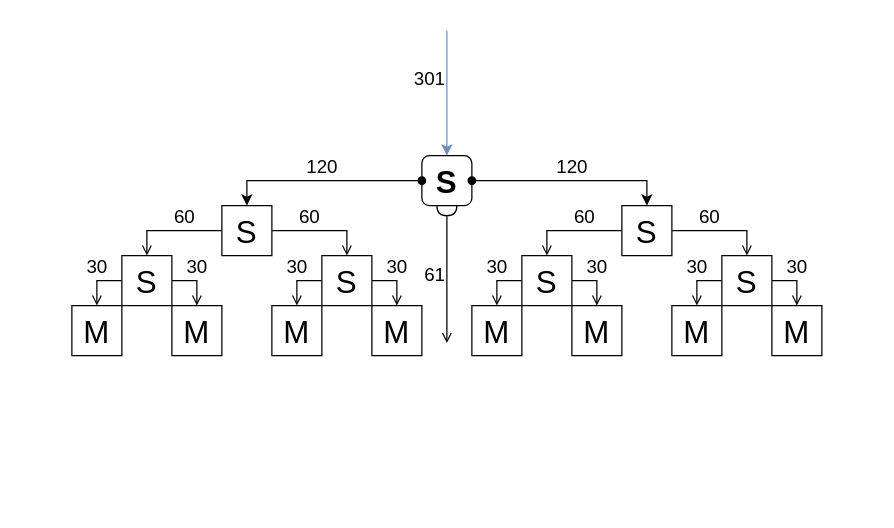
Before: 5->43.drawio.xml in AstroFloof/balancer-fun, a draw.io diagram. Source tidied: cells renumbered, new cells numbered last; positions are measured from the earlier drawing's top-left corner, leaving out a move shared by most shapes. Both pictures are drawn from the tidied source at 125%, with x=0, y=0 at pixel (71, 30).
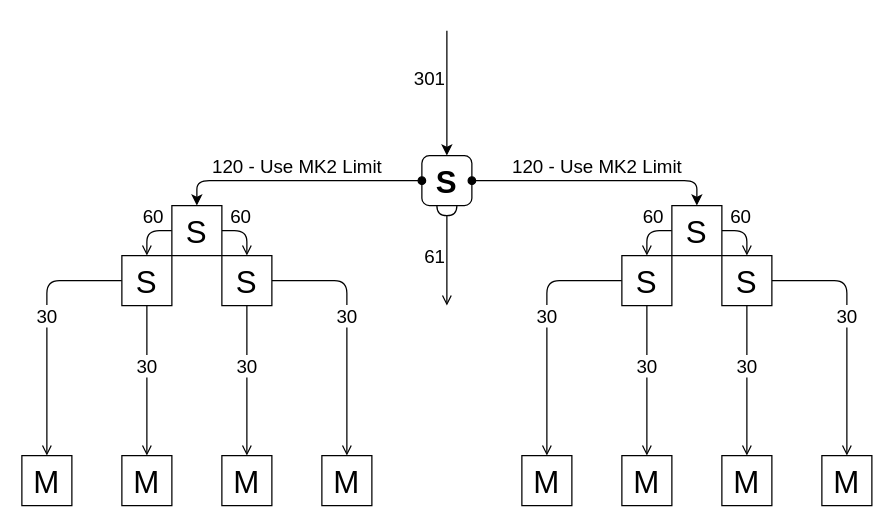
The same diagram, later.

The edit, as a diff of the source:
```diff
@@
-    <mxCell id="2" value="301" style="edgeStyle=orthogonalEdgeStyle;rounded=0;jettySize=auto;html=1;fontSize=15;entryX=0.5;entryY=0;entryDx=0;entryDy=0;fillColor=#dae8fc;strokeColor=#6c8ebf;align=right;verticalAlign=bottom;horizontal=1;" parent="1" edge="1" target="3">
+    <mxCell id="2" value="301" style="edgeStyle=orthogonalEdgeStyle;rounded=0;jettySize=auto;html=1;fontSize=15;entryX=0.5;entryY=0;entryDx=0;entryDy=0;align=right;verticalAlign=bottom;horizontal=1;comic=0;" parent="1" edge="1" target="3">
       <mxGeometry relative="1" as="geometry">
         <mxPoint x="300" as="sourcePoint" />
         <Array as="points">
           <mxPoint x="300" y="55" />
         </Array>
       </mxGeometry>
     </mxCell>
-    <mxCell id="3" value="&lt;font style=&quot;font-size: 25px&quot;&gt;S&lt;/font&gt;" style="whiteSpace=wrap;html=1;glass=0;shadow=0;rounded=1;fontStyle=1;" parent="1" vertex="1">
+    <mxCell id="3" value="&lt;font style=&quot;font-size: 25px&quot;&gt;S&lt;/font&gt;" style="whiteSpace=wrap;html=1;glass=0;shadow=0;rounded=1;fontStyle=1;comic=0;" parent="1" vertex="1">
       <mxGeometry x="280" y="100" width="40" height="40" as="geometry" />
     </mxCell>
-    <mxCell id="4" value="120" style="edgeStyle=orthogonalEdgeStyle;rounded=0;jettySize=auto;html=1;entryX=0.5;entryY=0;entryDx=0;entryDy=0;fontSize=15;align=center;verticalAlign=bottom;startArrow=oval;startFill=1;" parent="1" edge="1" source="3" target="23">
+    <mxCell id="4" value="120 - Use MK2 Limit" style="edgeStyle=orthogonalEdgeStyle;rounded=1;jettySize=auto;html=1;entryX=0.5;entryY=0;entryDx=0;entryDy=0;fontSize=15;align=center;verticalAlign=bottom;startArrow=oval;startFill=1;comic=0;" parent="1" edge="1" source="3" target="23">
       <mxGeometry relative="1" as="geometry" />
     </mxCell>
-    <mxCell id="5" value="&lt;font style=&quot;font-size: 25px&quot;&gt;M&lt;br&gt;&lt;/font&gt;" style="whiteSpace=wrap;html=1;" parent="1" vertex="1">
-      <mxGeometry x="560" y="220" width="40" height="40" as="geometry" />
+    <mxCell id="5" value="&lt;font style=&quot;font-size: 25px&quot;&gt;M&lt;br&gt;&lt;/font&gt;" style="whiteSpace=wrap;html=1;comic=0;" parent="1" vertex="1">
+      <mxGeometry x="600" y="340" width="40" height="40" as="geometry" />
     </mxCell>
-    <mxCell id="6" value="60" style="edgeStyle=orthogonalEdgeStyle;rounded=0;sketch=0;jettySize=auto;html=1;shadow=0;fontSize=15;startArrow=none;startFill=0;endArrow=open;endFill=0;strokeColor=default;align=center;verticalAlign=bottom;exitX=0;exitY=0.5;exitDx=0;exitDy=0;entryX=0.5;entryY=0;entryDx=0;entryDy=0;" parent="1" edge="1" source="8" target="13">
+    <mxCell id="6" value="60" style="edgeStyle=orthogonalEdgeStyle;rounded=1;sketch=0;jettySize=auto;html=1;shadow=0;fontSize=15;startArrow=none;startFill=0;endArrow=open;endFill=0;strokeColor=default;align=center;verticalAlign=bottom;exitX=0;exitY=0.5;exitDx=0;exitDy=0;entryX=0.5;entryY=0;entryDx=0;entryDy=0;comic=0;" parent="1" edge="1" source="8" target="13">
       <mxGeometry x="-0.25" relative="1" as="geometry" />
     </mxCell>
-    <mxCell id="7" value="60" style="edgeStyle=orthogonalEdgeStyle;rounded=0;sketch=0;jettySize=auto;html=1;shadow=0;fontSize=15;startArrow=none;startFill=0;endArrow=open;endFill=0;strokeColor=default;align=center;verticalAlign=bottom;entryX=0.5;entryY=0;entryDx=0;entryDy=0;exitX=1;exitY=0.5;exitDx=0;exitDy=0;" parent="1" edge="1" source="8" target="17">
+    <mxCell id="7" value="60" style="edgeStyle=orthogonalEdgeStyle;rounded=1;sketch=0;jettySize=auto;html=1;shadow=0;fontSize=15;startArrow=none;startFill=0;endArrow=open;endFill=0;strokeColor=default;align=center;verticalAlign=bottom;entryX=0.5;entryY=0;entryDx=0;entryDy=0;exitX=1;exitY=0.5;exitDx=0;exitDy=0;comic=0;" parent="1" edge="1" source="8" target="17">
       <mxGeometry x="-0.25" relative="1" as="geometry">
         <Array as="points">
           <mxPoint x="540" y="160" />
         </Array>
       </mxGeometry>
     </mxCell>
-    <mxCell id="8" value="&lt;font style=&quot;font-size: 25px&quot;&gt;S&lt;/font&gt;" style="whiteSpace=wrap;html=1;" parent="1" vertex="1">
-      <mxGeometry x="440" y="140" width="40" height="40" as="geometry" />
+    <mxCell id="8" value="&lt;font style=&quot;font-size: 25px&quot;&gt;S&lt;/font&gt;" style="whiteSpace=wrap;html=1;comic=0;" parent="1" vertex="1">
+      <mxGeometry x="480" y="140" width="40" height="40" as="geometry" />
     </mxCell>
-    <mxCell id="9" value="61" style="edgeStyle=orthogonalEdgeStyle;rounded=0;sketch=0;jettySize=auto;html=1;shadow=0;fontSize=15;startArrow=halfCircle;startFill=0;endArrow=open;endFill=0;strokeColor=default;align=right;verticalAlign=middle;" parent="1" edge="1" source="3">
+    <mxCell id="9" value="61" style="edgeStyle=orthogonalEdgeStyle;rounded=0;sketch=0;jettySize=auto;html=1;shadow=0;fontSize=15;startArrow=halfCircle;startFill=0;endArrow=open;endFill=0;strokeColor=default;align=right;verticalAlign=middle;comic=0;" parent="1" edge="1" source="3">
       <mxGeometry relative="1" as="geometry">
-        <mxPoint x="300" y="250" as="targetPoint" />
+        <mxPoint x="300" y="220" as="targetPoint" />
       </mxGeometry>
     </mxCell>
-    <mxCell id="10" value="120" style="edgeStyle=orthogonalEdgeStyle;rounded=0;jettySize=auto;html=1;fontSize=15;align=center;verticalAlign=bottom;entryX=0.5;entryY=0;entryDx=0;entryDy=0;startArrow=oval;startFill=1;strokeColor=default;shadow=0;sketch=0;" parent="1" edge="1" source="3" target="8">
+    <mxCell id="10" value="120 - Use MK2 Limit" style="jettySize=auto;html=1;fontSize=15;align=center;verticalAlign=bottom;entryX=0.5;entryY=0;entryDx=0;entryDy=0;startArrow=oval;startFill=1;strokeColor=default;shadow=0;sketch=0;edgeStyle=orthogonalEdgeStyle;rounded=1;comic=0;" parent="1" edge="1" source="3" target="8">
       <mxGeometry relative="1" as="geometry" />
     </mxCell>
-    <mxCell id="11" value="30" style="edgeStyle=orthogonalEdgeStyle;rounded=0;sketch=0;jettySize=auto;html=1;shadow=0;fontSize=15;startArrow=none;startFill=0;endArrow=open;endFill=0;strokeColor=default;align=center;verticalAlign=bottom;entryX=0.5;entryY=0;entryDx=0;entryDy=0;" parent="1" edge="1" target="18">
+    <mxCell id="11" value="30" style="edgeStyle=orthogonalEdgeStyle;rounded=0;sketch=0;jettySize=auto;html=1;shadow=0;fontSize=15;startArrow=none;startFill=0;endArrow=open;endFill=0;strokeColor=default;align=center;verticalAlign=bottom;entryX=0.5;entryY=0;entryDx=0;entryDy=0;exitX=0.5;exitY=1;exitDx=0;exitDy=0;comic=0;" parent="1" edge="1" source="13" target="18">
       <mxGeometry relative="1" as="geometry">
-        <mxPoint x="400" y="200" as="sourcePoint" />
         <Array as="points">
-          <mxPoint x="420" y="200" />
+          <mxPoint x="460" y="230" />
+          <mxPoint x="460" y="230" />
         </Array>
       </mxGeometry>
     </mxCell>
-    <mxCell id="12" value="30" style="edgeStyle=orthogonalEdgeStyle;rounded=0;sketch=0;jettySize=auto;html=1;entryX=0.5;entryY=0;entryDx=0;entryDy=0;shadow=0;fontSize=15;startArrow=none;startFill=0;endArrow=open;endFill=0;strokeColor=default;align=center;verticalAlign=bottom;" parent="1" edge="1" source="13" target="19">
+    <mxCell id="12" value="30" style="edgeStyle=orthogonalEdgeStyle;rounded=1;sketch=0;jettySize=auto;html=1;entryX=0.5;entryY=0;entryDx=0;entryDy=0;shadow=0;fontSize=15;startArrow=none;startFill=0;endArrow=open;endFill=0;strokeColor=default;align=center;verticalAlign=bottom;comic=0;" parent="1" edge="1" source="13" target="19">
       <mxGeometry relative="1" as="geometry">
         <Array as="points">
-          <mxPoint x="340" y="200" />
+          <mxPoint x="380" y="200" />
         </Array>
       </mxGeometry>
     </mxCell>
-    <mxCell id="13" value="&lt;font style=&quot;font-size: 25px&quot;&gt;S&lt;/font&gt;" style="whiteSpace=wrap;html=1;" parent="1" vertex="1">
-      <mxGeometry x="360" y="180" width="40" height="40" as="geometry" />
+    <mxCell id="13" value="&lt;font style=&quot;font-size: 25px&quot;&gt;S&lt;/font&gt;" style="whiteSpace=wrap;html=1;comic=0;" parent="1" vertex="1">
+      <mxGeometry x="440" y="180" width="40" height="40" as="geometry" />
     </mxCell>
-    <mxCell id="14" value="&lt;font style=&quot;font-size: 25px&quot;&gt;M&lt;br&gt;&lt;/font&gt;" style="whiteSpace=wrap;html=1;" parent="1" vertex="1">
-      <mxGeometry x="480" y="220" width="40" height="40" as="geometry" />
+    <mxCell id="14" value="&lt;font style=&quot;font-size: 25px&quot;&gt;M&lt;br&gt;&lt;/font&gt;" style="whiteSpace=wrap;html=1;comic=0;" parent="1" vertex="1">
+      <mxGeometry x="520" y="340" width="40" height="40" as="geometry" />
     </mxCell>
-    <mxCell id="15" value="30" style="edgeStyle=orthogonalEdgeStyle;rounded=0;sketch=0;jettySize=auto;html=1;entryX=0.5;entryY=0;entryDx=0;entryDy=0;shadow=0;fontSize=15;startArrow=none;startFill=0;endArrow=open;endFill=0;strokeColor=default;align=center;verticalAlign=bottom;exitX=1;exitY=0.5;exitDx=0;exitDy=0;" parent="1" edge="1" source="17" target="5">
+    <mxCell id="15" value="30" style="edgeStyle=orthogonalEdgeStyle;rounded=1;sketch=0;jettySize=auto;html=1;entryX=0.5;entryY=0;entryDx=0;entryDy=0;shadow=0;fontSize=15;startArrow=none;startFill=0;endArrow=open;endFill=0;strokeColor=default;align=center;verticalAlign=bottom;exitX=1;exitY=0.5;exitDx=0;exitDy=0;comic=0;" parent="1" edge="1" source="17" target="5">
       <mxGeometry relative="1" as="geometry">
         <Array as="points">
-          <mxPoint x="580" y="200" />
+          <mxPoint x="620" y="200" />
         </Array>
       </mxGeometry>
     </mxCell>
-    <mxCell id="16" value="30" style="edgeStyle=orthogonalEdgeStyle;rounded=0;sketch=0;jettySize=auto;html=1;entryX=0.5;entryY=0;entryDx=0;entryDy=0;shadow=0;fontSize=15;startArrow=none;startFill=0;endArrow=open;endFill=0;strokeColor=default;align=center;verticalAlign=bottom;exitX=0;exitY=0.5;exitDx=0;exitDy=0;" parent="1" edge="1" source="17" target="14">
+    <mxCell id="16" value="30" style="edgeStyle=orthogonalEdgeStyle;rounded=0;sketch=0;jettySize=auto;html=1;entryX=0.5;entryY=0;entryDx=0;entryDy=0;shadow=0;fontSize=15;startArrow=none;startFill=0;endArrow=open;endFill=0;strokeColor=default;align=center;verticalAlign=bottom;exitX=0.5;exitY=1;exitDx=0;exitDy=0;comic=0;" parent="1" edge="1" source="17" target="14">
       <mxGeometry relative="1" as="geometry" />
     </mxCell>
-    <mxCell id="17" value="&lt;font style=&quot;font-size: 25px&quot;&gt;S&lt;/font&gt;" style="whiteSpace=wrap;html=1;" parent="1" vertex="1">
+    <mxCell id="17" value="&lt;font style=&quot;font-size: 25px&quot;&gt;S&lt;/font&gt;" style="whiteSpace=wrap;html=1;comic=0;" parent="1" vertex="1">
       <mxGeometry x="520" y="180" width="40" height="40" as="geometry" />
     </mxCell>
-    <mxCell id="18" value="&lt;font style=&quot;font-size: 25px&quot;&gt;M&lt;br&gt;&lt;/font&gt;" style="whiteSpace=wrap;html=1;" parent="1" vertex="1">
-      <mxGeometry x="400" y="220" width="40" height="40" as="geometry" />
+    <mxCell id="18" value="&lt;font style=&quot;font-size: 25px&quot;&gt;M&lt;br&gt;&lt;/font&gt;" style="whiteSpace=wrap;html=1;comic=0;" parent="1" vertex="1">
+      <mxGeometry x="440" y="340" width="40" height="40" as="geometry" />
     </mxCell>
-    <mxCell id="19" value="&lt;font style=&quot;font-size: 25px&quot;&gt;M&lt;br&gt;&lt;/font&gt;" style="whiteSpace=wrap;html=1;" parent="1" vertex="1">
-      <mxGeometry x="320" y="220" width="40" height="40" as="geometry" />
+    <mxCell id="19" value="&lt;font style=&quot;font-size: 25px&quot;&gt;M&lt;br&gt;&lt;/font&gt;" style="whiteSpace=wrap;html=1;comic=0;" parent="1" vertex="1">
+      <mxGeometry x="360" y="340" width="40" height="40" as="geometry" />
     </mxCell>
-    <mxCell id="20" value="&lt;font style=&quot;font-size: 25px&quot;&gt;M&lt;br&gt;&lt;/font&gt;" style="whiteSpace=wrap;html=1;" parent="1" vertex="1">
-      <mxGeometry x="240" y="220" width="40" height="40" as="geometry" />
+    <mxCell id="20" value="&lt;font style=&quot;font-size: 25px&quot;&gt;M&lt;br&gt;&lt;/font&gt;" style="whiteSpace=wrap;html=1;comic=0;" parent="1" vertex="1">
+      <mxGeometry x="200" y="340" width="40" height="40" as="geometry" />
     </mxCell>
-    <mxCell id="21" value="60" style="edgeStyle=orthogonalEdgeStyle;rounded=0;sketch=0;jettySize=auto;html=1;shadow=0;fontSize=15;startArrow=none;startFill=0;endArrow=open;endFill=0;strokeColor=default;align=center;verticalAlign=bottom;exitX=0;exitY=0.5;exitDx=0;exitDy=0;entryX=0.5;entryY=0;entryDx=0;entryDy=0;" parent="1" edge="1" source="23" target="26">
+    <mxCell id="21" value="60" style="edgeStyle=orthogonalEdgeStyle;rounded=1;sketch=0;jettySize=auto;html=1;shadow=0;fontSize=15;startArrow=none;startFill=0;endArrow=open;endFill=0;strokeColor=default;align=center;verticalAlign=bottom;exitX=0;exitY=0.5;exitDx=0;exitDy=0;entryX=0.5;entryY=0;entryDx=0;entryDy=0;comic=0;" parent="1" edge="1" source="23" target="26">
       <mxGeometry x="-0.25" relative="1" as="geometry" />
     </mxCell>
-    <mxCell id="22" value="60" style="edgeStyle=orthogonalEdgeStyle;rounded=0;sketch=0;jettySize=auto;html=1;shadow=0;fontSize=15;startArrow=none;startFill=0;endArrow=open;endFill=0;strokeColor=default;align=center;verticalAlign=bottom;entryX=0.5;entryY=0;entryDx=0;entryDy=0;exitX=1;exitY=0.5;exitDx=0;exitDy=0;" parent="1" edge="1" source="23" target="30">
+    <mxCell id="22" value="60" style="edgeStyle=orthogonalEdgeStyle;rounded=1;sketch=0;jettySize=auto;html=1;shadow=0;fontSize=15;startArrow=none;startFill=0;endArrow=open;endFill=0;strokeColor=default;align=center;verticalAlign=bottom;entryX=0.5;entryY=0;entryDx=0;entryDy=0;exitX=1;exitY=0.5;exitDx=0;exitDy=0;comic=0;" parent="1" edge="1" source="23" target="30">
       <mxGeometry x="-0.25" relative="1" as="geometry">
         <Array as="points">
-          <mxPoint x="220" y="160" />
+          <mxPoint x="140" y="160" />
         </Array>
       </mxGeometry>
     </mxCell>
-    <mxCell id="23" value="&lt;font style=&quot;font-size: 25px&quot;&gt;S&lt;/font&gt;" style="whiteSpace=wrap;html=1;" parent="1" vertex="1">
-      <mxGeometry x="120" y="140" width="40" height="40" as="geometry" />
+    <mxCell id="23" value="&lt;font style=&quot;font-size: 25px&quot;&gt;S&lt;/font&gt;" style="whiteSpace=wrap;html=1;comic=0;" parent="1" vertex="1">
+      <mxGeometry x="80" y="140" width="40" height="40" as="geometry" />
     </mxCell>
-    <mxCell id="24" value="30" style="edgeStyle=orthogonalEdgeStyle;rounded=0;sketch=0;jettySize=auto;html=1;shadow=0;fontSize=15;startArrow=none;startFill=0;endArrow=open;endFill=0;strokeColor=default;align=center;verticalAlign=bottom;entryX=0.5;entryY=0;entryDx=0;entryDy=0;" parent="1" edge="1" target="31">
+    <mxCell id="24" value="30" style="edgeStyle=orthogonalEdgeStyle;rounded=1;sketch=0;jettySize=auto;html=1;shadow=0;fontSize=15;startArrow=none;startFill=0;endArrow=open;endFill=0;strokeColor=default;align=center;verticalAlign=bottom;entryX=0.5;entryY=0;entryDx=0;entryDy=0;exitX=0.5;exitY=1;exitDx=0;exitDy=0;comic=0;" parent="1" edge="1" source="26" target="31">
       <mxGeometry relative="1" as="geometry">
-        <mxPoint x="80" y="200" as="sourcePoint" />
         <Array as="points">
-          <mxPoint x="100" y="200" />
+          <mxPoint x="60" y="250" />
+          <mxPoint x="60" y="250" />
         </Array>
       </mxGeometry>
     </mxCell>
-    <mxCell id="25" value="30" style="edgeStyle=orthogonalEdgeStyle;rounded=0;sketch=0;jettySize=auto;html=1;entryX=0.5;entryY=0;entryDx=0;entryDy=0;shadow=0;fontSize=15;startArrow=none;startFill=0;endArrow=open;endFill=0;strokeColor=default;align=center;verticalAlign=bottom;" parent="1" edge="1" source="26" target="32">
+    <mxCell id="25" value="30" style="edgeStyle=orthogonalEdgeStyle;rounded=1;sketch=0;jettySize=auto;html=1;entryX=0.5;entryY=0;entryDx=0;entryDy=0;shadow=0;fontSize=15;startArrow=none;startFill=0;endArrow=open;endFill=0;strokeColor=default;align=center;verticalAlign=bottom;comic=0;" parent="1" edge="1" source="26" target="32">
       <mxGeometry relative="1" as="geometry">
         <Array as="points">
-          <mxPoint x="20" y="200" />
+          <mxPoint x="-20" y="200" />
         </Array>
       </mxGeometry>
     </mxCell>
-    <mxCell id="26" value="&lt;font style=&quot;font-size: 25px&quot;&gt;S&lt;/font&gt;" style="whiteSpace=wrap;html=1;" parent="1" vertex="1">
+    <mxCell id="26" value="&lt;font style=&quot;font-size: 25px&quot;&gt;S&lt;/font&gt;" style="whiteSpace=wrap;html=1;comic=0;" parent="1" vertex="1">
       <mxGeometry x="40" y="180" width="40" height="40" as="geometry" />
     </mxCell>
-    <mxCell id="27" value="&lt;font style=&quot;font-size: 25px&quot;&gt;M&lt;br&gt;&lt;/font&gt;" style="whiteSpace=wrap;html=1;" parent="1" vertex="1">
-      <mxGeometry x="160" y="220" width="40" height="40" as="geometry" />
+    <mxCell id="27" value="&lt;font style=&quot;font-size: 25px&quot;&gt;M&lt;br&gt;&lt;/font&gt;" style="whiteSpace=wrap;html=1;comic=0;" parent="1" vertex="1">
+      <mxGeometry x="120" y="340" width="40" height="40" as="geometry" />
     </mxCell>
-    <mxCell id="28" value="30" style="edgeStyle=orthogonalEdgeStyle;rounded=0;sketch=0;jettySize=auto;html=1;entryX=0.5;entryY=0;entryDx=0;entryDy=0;shadow=0;fontSize=15;startArrow=none;startFill=0;endArrow=open;endFill=0;strokeColor=default;align=center;verticalAlign=bottom;exitX=1;exitY=0.5;exitDx=0;exitDy=0;" parent="1" edge="1" source="30" target="20">
+    <mxCell id="28" value="30" style="edgeStyle=orthogonalEdgeStyle;rounded=1;sketch=0;jettySize=auto;html=1;entryX=0.5;entryY=0;entryDx=0;entryDy=0;shadow=0;fontSize=15;startArrow=none;startFill=0;endArrow=open;endFill=0;strokeColor=default;align=center;verticalAlign=bottom;exitX=1;exitY=0.5;exitDx=0;exitDy=0;comic=0;" parent="1" edge="1" source="30" target="20">
       <mxGeometry relative="1" as="geometry">
         <Array as="points">
-          <mxPoint x="260" y="200" />
+          <mxPoint x="220" y="200" />
         </Array>
       </mxGeometry>
     </mxCell>
-    <mxCell id="29" value="30" style="edgeStyle=orthogonalEdgeStyle;rounded=0;sketch=0;jettySize=auto;html=1;entryX=0.5;entryY=0;entryDx=0;entryDy=0;shadow=0;fontSize=15;startArrow=none;startFill=0;endArrow=open;endFill=0;strokeColor=default;align=center;verticalAlign=bottom;exitX=0;exitY=0.5;exitDx=0;exitDy=0;" parent="1" edge="1" source="30" target="27">
+    <mxCell id="29" value="30" style="edgeStyle=orthogonalEdgeStyle;rounded=1;sketch=0;jettySize=auto;html=1;entryX=0.5;entryY=0;entryDx=0;entryDy=0;shadow=0;fontSize=15;startArrow=none;startFill=0;endArrow=open;endFill=0;strokeColor=default;align=center;verticalAlign=bottom;exitX=0.5;exitY=1;exitDx=0;exitDy=0;comic=0;" parent="1" edge="1" source="30" target="27">
       <mxGeometry relative="1" as="geometry" />
     </mxCell>
-    <mxCell id="30" value="&lt;font style=&quot;font-size: 25px&quot;&gt;S&lt;/font&gt;" style="whiteSpace=wrap;html=1;" parent="1" vertex="1">
-      <mxGeometry x="200" y="180" width="40" height="40" as="geometry" />
+    <mxCell id="30" value="&lt;font style=&quot;font-size: 25px&quot;&gt;S&lt;/font&gt;" style="whiteSpace=wrap;html=1;comic=0;" parent="1" vertex="1">
+      <mxGeometry x="120" y="180" width="40" height="40" as="geometry" />
     </mxCell>
-    <mxCell id="31" value="&lt;font style=&quot;font-size: 25px&quot;&gt;M&lt;br&gt;&lt;/font&gt;" style="whiteSpace=wrap;html=1;" parent="1" vertex="1">
-      <mxGeometry x="80" y="220" width="40" height="40" as="geometry" />
+    <mxCell id="31" value="&lt;font style=&quot;font-size: 25px&quot;&gt;M&lt;br&gt;&lt;/font&gt;" style="whiteSpace=wrap;html=1;comic=0;" parent="1" vertex="1">
+      <mxGeometry x="40" y="340" width="40" height="40" as="geometry" />
     </mxCell>
-    <mxCell id="32" value="&lt;font style=&quot;font-size: 25px&quot;&gt;M&lt;br&gt;&lt;/font&gt;" style="whiteSpace=wrap;html=1;" parent="1" vertex="1">
-      <mxGeometry y="220" width="40" height="40" as="geometry" />
+    <mxCell id="32" value="&lt;font style=&quot;font-size: 25px&quot;&gt;M&lt;br&gt;&lt;/font&gt;" style="whiteSpace=wrap;html=1;comic=0;" parent="1" vertex="1">
+      <mxGeometry x="-40" y="340" width="40" height="40" as="geometry" />
     </mxCell>
```
